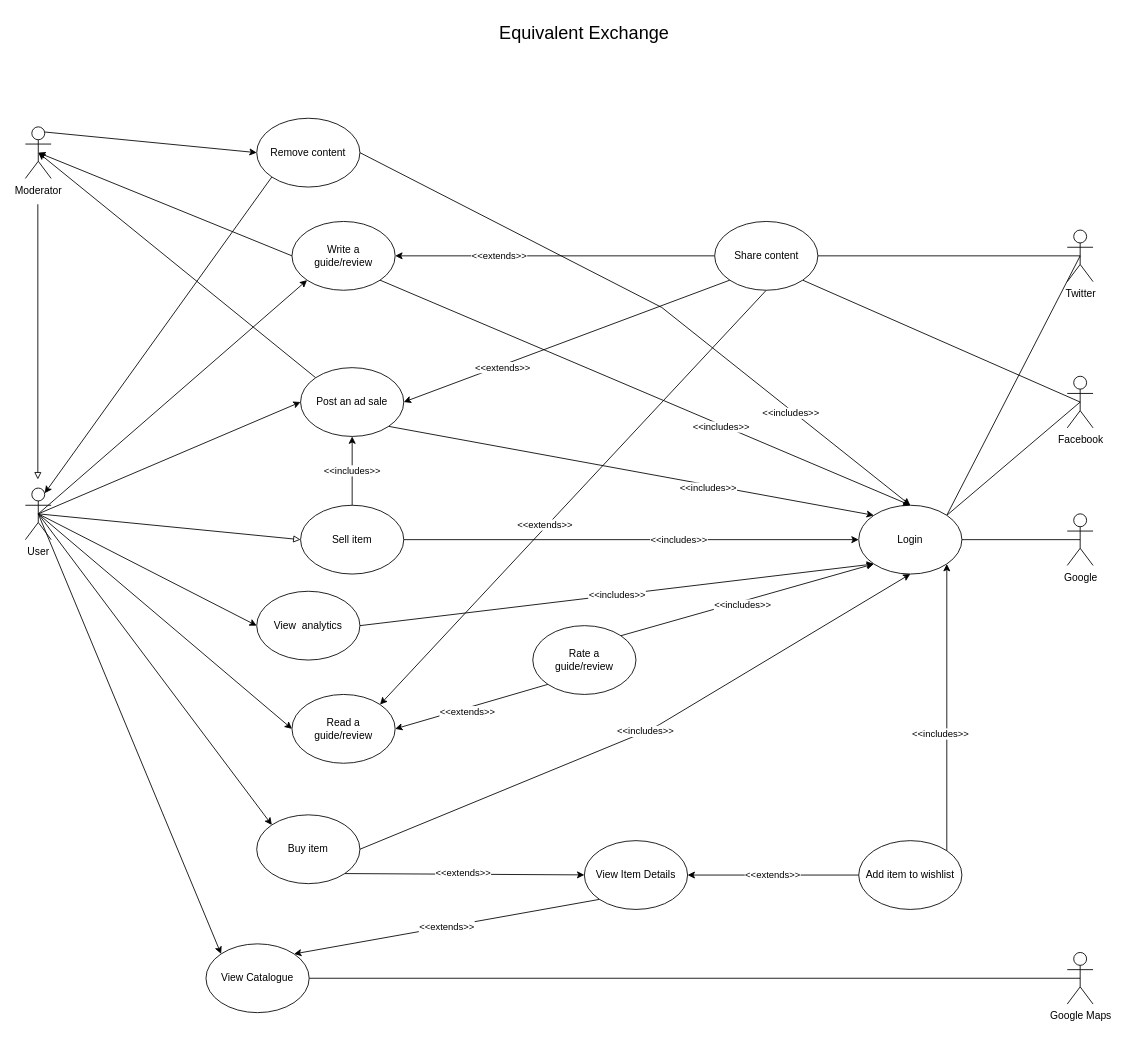
martafra/EquivalentExchange keeps this draw.io diagram as Diagrams/UCD.drawio. Above is the earlier version. Source tidied: cells renumbered, new cells numbered last; positions are measured from the earlier drawing's top-left corner, leaving out a move shared by most shapes. Both pictures are drawn from the tidied source at 86%, with x=0, y=0 at pixel (25, 15).
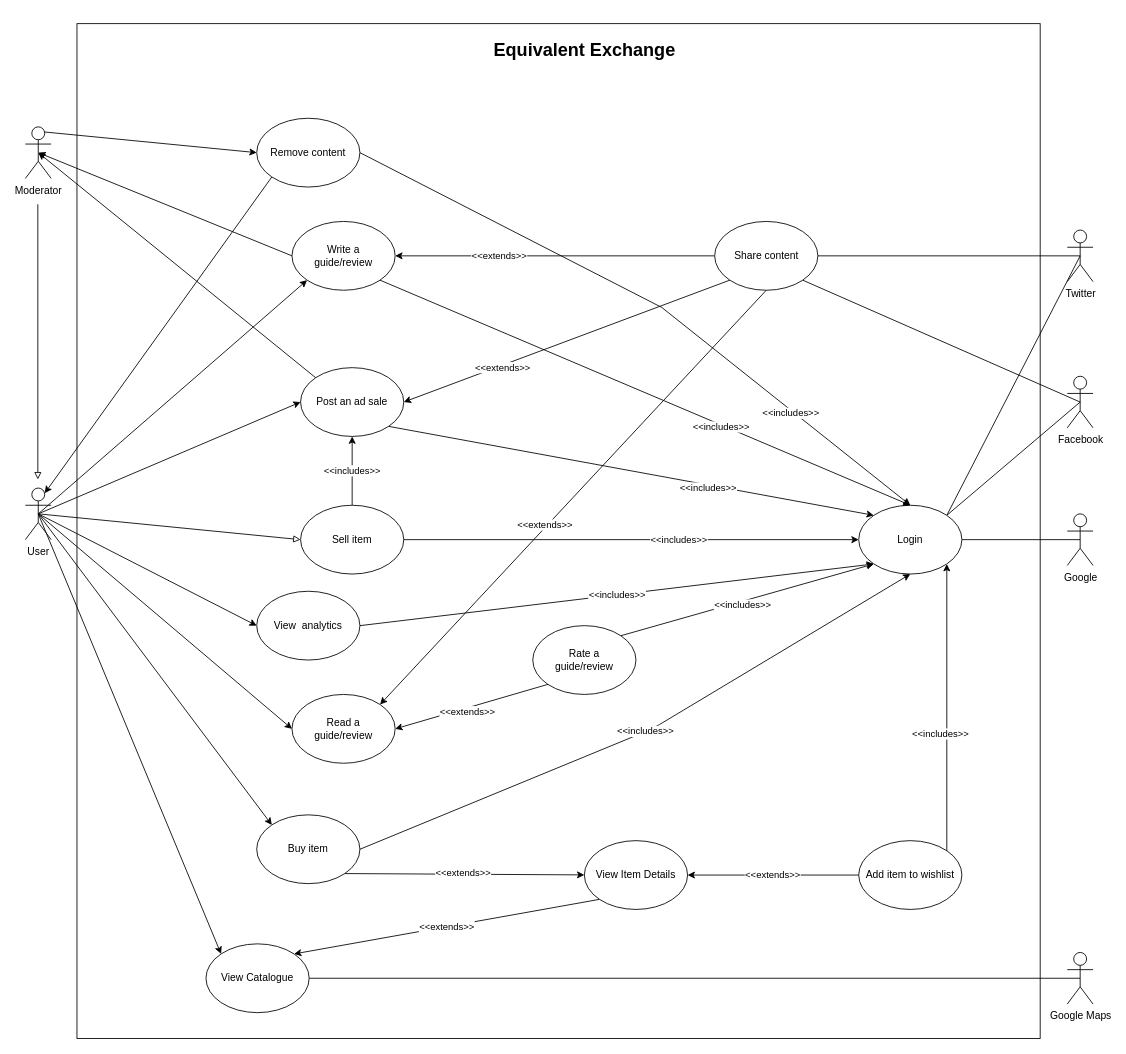
The same page after the edit.

Diff of the diagram source:
```diff
@@
-    <mxCell id="2" value="&lt;font style=&quot;font-size: 21px&quot;&gt;Equivalent Exchange&lt;/font&gt;" style="text;html=1;strokeColor=none;fillColor=none;align=center;verticalAlign=middle;whiteSpace=wrap;rounded=0;" parent="1" vertex="1">
-      <mxGeometry x="545" width="210" height="40" as="geometry" />
+    <mxCell id="2" value="&lt;font style=&quot;font-size: 21px&quot;&gt;&lt;b&gt;Equivalent Exchange&lt;/b&gt;&lt;/font&gt;" style="text;html=1;strokeColor=none;fillColor=none;align=center;verticalAlign=middle;whiteSpace=wrap;rounded=0;" parent="1" vertex="1">
+      <mxGeometry x="538" y="20" width="225" height="40" as="geometry" />
     </mxCell>
@@
+    <mxCell id="60" style="rounded=0;whiteSpace=wrap;html=1;fillColor=none;" parent="1" vertex="1">
+      <mxGeometry x="60" y="10" width="1120" height="1180" as="geometry" />
+    </mxCell>
```
